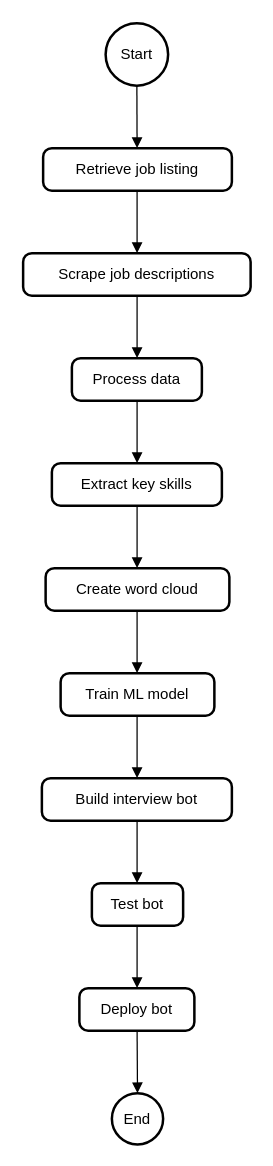
This is Untitled Diagram.drawio from dev-viku/weathera-app, a draw.io file, before an edit. Source tidied: cells renumbered, new cells numbered last; positions are measured from the earlier drawing's top-left corner, leaving out a move shared by most shapes. Both pictures are drawn from the tidied source at 125%, with x=0, y=0 at pixel (22, 22).
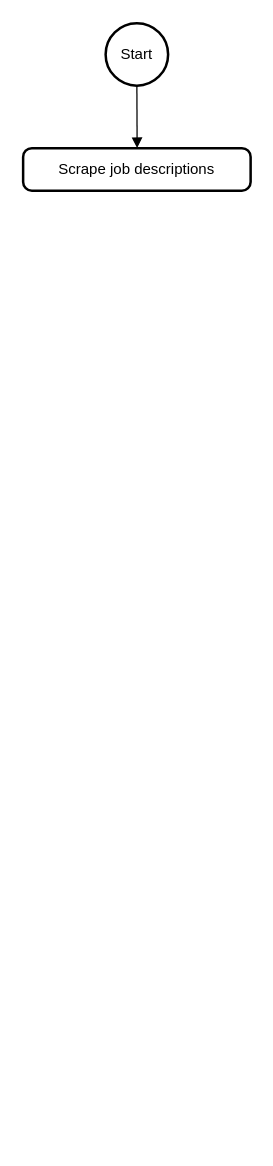
The same page after the edit.

Unchanged cells that the change refers to:
```xml
<mxCell id="2" value="Start" style="ellipse;strokeWidth=2;whiteSpace=wrap;" parent="1" vertex="1">
  <mxGeometry x="66" width="50" height="50" as="geometry" />
</mxCell>
```

What changed in the source:
```diff
@@
-    <mxCell id="3" value="Retrieve job listing" style="rounded=1;absoluteArcSize=1;arcSize=14;whiteSpace=wrap;strokeWidth=2;" parent="1" vertex="1">
-      <mxGeometry x="16" y="100" width="151" height="34" as="geometry" />
-    </mxCell>
     <mxCell id="4" value="Scrape job descriptions" style="rounded=1;absoluteArcSize=1;arcSize=14;whiteSpace=wrap;strokeWidth=2;" parent="1" vertex="1">
-      <mxGeometry y="184" width="182" height="34" as="geometry" />
+      <mxGeometry y="100" width="182" height="34" as="geometry" />
     </mxCell>
-    <mxCell id="5" value="Process data" style="rounded=1;absoluteArcSize=1;arcSize=14;whiteSpace=wrap;strokeWidth=2;" parent="1" vertex="1">
-      <mxGeometry x="39" y="268" width="104" height="34" as="geometry" />
-    </mxCell>
-    <mxCell id="6" value="Extract key skills" style="rounded=1;absoluteArcSize=1;arcSize=14;whiteSpace=wrap;strokeWidth=2;" parent="1" vertex="1">
-      <mxGeometry x="23" y="352" width="136" height="34" as="geometry" />
-    </mxCell>
-    <mxCell id="7" value="Create word cloud" style="rounded=1;absoluteArcSize=1;arcSize=14;whiteSpace=wrap;strokeWidth=2;" parent="1" vertex="1">
-      <mxGeometry x="18" y="436" width="147" height="34" as="geometry" />
-    </mxCell>
-    <mxCell id="8" value="Train ML model" style="rounded=1;absoluteArcSize=1;arcSize=14;whiteSpace=wrap;strokeWidth=2;" parent="1" vertex="1">
-      <mxGeometry x="30" y="520" width="123" height="34" as="geometry" />
-    </mxCell>
-    <mxCell id="9" value="Build interview bot" style="rounded=1;absoluteArcSize=1;arcSize=14;whiteSpace=wrap;strokeWidth=2;" parent="1" vertex="1">
-      <mxGeometry x="15" y="604" width="152" height="34" as="geometry" />
-    </mxCell>
-    <mxCell id="10" value="Test bot" style="rounded=1;absoluteArcSize=1;arcSize=14;whiteSpace=wrap;strokeWidth=2;" parent="1" vertex="1">
-      <mxGeometry x="55" y="688" width="73" height="34" as="geometry" />
-    </mxCell>
-    <mxCell id="11" value="Deploy bot" style="rounded=1;absoluteArcSize=1;arcSize=14;whiteSpace=wrap;strokeWidth=2;" parent="1" vertex="1">
-      <mxGeometry x="45" y="772" width="92" height="34" as="geometry" />
-    </mxCell>
-    <mxCell id="12" value="End" style="ellipse;strokeWidth=2;whiteSpace=wrap;" parent="1" vertex="1">
-      <mxGeometry x="71" y="856" width="41" height="41" as="geometry" />
-    </mxCell>
-    <mxCell id="13" style="curved=1;startArrow=none;endArrow=block;exitX=0.5034375;exitY=1.0003125;entryX=0.4978269867549669;entryY=0.00045955882352941176;" parent="1" edge="1" source="2" target="3">
-      <mxGeometry relative="1" as="geometry" />
+    <mxCell id="13" style="curved=1;startArrow=none;endArrow=block;exitX=0.5034375;exitY=1.0003125;entryX=0.4978269867549669;entryY=0.00045955882352941176;" parent="1" edge="1" source="2">
+      <mxGeometry relative="1" as="geometry">
+        <mxPoint x="91.2" y="100" as="targetPoint" />
+      </mxGeometry>
     </mxCell>
-    <mxCell id="14" style="curved=1;startArrow=none;endArrow=block;exitX=0.4978269867549669;exitY=1.0004595588235294;entryX=0.5009443681318682;entryY=0.00045955882352941176;" parent="1" edge="1" source="3" target="4">
-      <mxGeometry relative="1" as="geometry" />
-    </mxCell>
-    <mxCell id="15" style="curved=1;startArrow=none;endArrow=block;exitX=0.5009443681318682;exitY=1.0004595588235294;entryX=0.5016526442307693;entryY=0.00045955882352941176;" parent="1" edge="1" source="4" target="5">
-      <mxGeometry relative="1" as="geometry" />
-    </mxCell>
-    <mxCell id="16" style="curved=1;startArrow=none;endArrow=block;exitX=0.5016526442307693;exitY=1.0004595588235294;entryX=0.5012637867647058;entryY=0.00045955882352941176;" parent="1" edge="1" source="5" target="6">
-      <mxGeometry relative="1" as="geometry" />
-    </mxCell>
-    <mxCell id="17" style="curved=1;startArrow=none;endArrow=block;exitX=0.5012637867647058;exitY=1.0004595588235294;entryX=0.49776785714285715;entryY=0.00045955882352941176;" parent="1" edge="1" source="6" target="7">
-      <mxGeometry relative="1" as="geometry" />
-    </mxCell>
-    <mxCell id="18" style="curved=1;startArrow=none;endArrow=block;exitX=0.49776785714285715;exitY=1.0004595588235294;entryX=0.4973323170731707;entryY=0.00045955882352941176;" parent="1" edge="1" source="7" target="8">
-      <mxGeometry relative="1" as="geometry" />
-    </mxCell>
-    <mxCell id="19" style="curved=1;startArrow=none;endArrow=block;exitX=0.4973323170731707;exitY=1.0004595588235294;entryX=0.5011307565789473;entryY=0.00045955882352941176;" parent="1" edge="1" source="8" target="9">
-      <mxGeometry relative="1" as="geometry" />
-    </mxCell>
-    <mxCell id="20" style="curved=1;startArrow=none;endArrow=block;exitX=0.5011307565789473;exitY=1.0004595588235294;entryX=0.4955051369863014;entryY=0.00045955882352941176;" parent="1" edge="1" source="9" target="10">
-      <mxGeometry relative="1" as="geometry" />
-    </mxCell>
-    <mxCell id="21" style="curved=1;startArrow=none;endArrow=block;exitX=0.4955051369863014;exitY=1.0004595588235294;entryX=0.5018682065217391;entryY=0.00045955882352941176;" parent="1" edge="1" source="10" target="11">
-      <mxGeometry relative="1" as="geometry" />
-    </mxCell>
-    <mxCell id="22" style="curved=1;startArrow=none;endArrow=block;exitX=0.5018682065217391;exitY=1.0004595588235294;entryX=0.4919969512195122;entryY=0.00038109756097560977;" parent="1" edge="1" source="11" target="12">
-      <mxGeometry relative="1" as="geometry" />
-    </mxCell>
```
